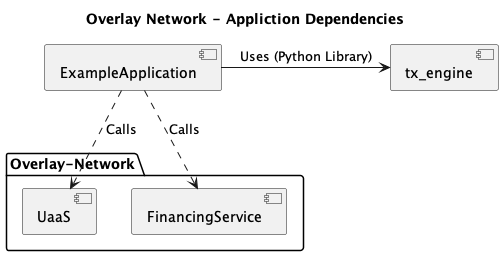
This is docs/diagrams/app-dependencies.png from nchain-innovation/overlay-network, a PlantUML export, as it was before one commit. Its diagram source:
```plantuml
@startuml
title Overlay Network - Appliction Dependencies


[tx_engine]


package Overlay-Network {
    [UaaS]
    [FinancingService]
}

[ExampleApplication]

ExampleApplication -right-> "tx_engine": Uses (Python Library)
ExampleApplication .down.> UaaS: Calls
ExampleApplication .down.> FinancingService: Calls
@enduml
```
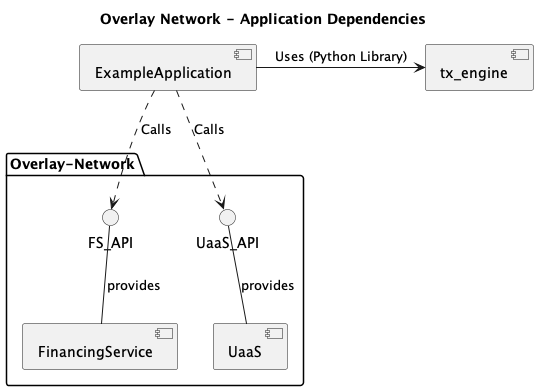
Above is the later version.

Diff of the diagram source:
```diff
@@ -1,5 +1,5 @@
 @startuml
-title Overlay Network - Appliction Dependencies
+title Overlay Network - Application Dependencies
 
 
 [tx_engine]
@@ -8,11 +8,15 @@
 package Overlay-Network {
     [UaaS]
     [FinancingService]
+    FS_API -down- [FinancingService] : provides
+    UaaS_API -down- [UaaS] : provides
+
+
 }
 
 [ExampleApplication]
 
 ExampleApplication -right-> "tx_engine": Uses (Python Library)
-ExampleApplication .down.> UaaS: Calls
-ExampleApplication .down.> FinancingService: Calls
+ExampleApplication .down.> UaaS_API: Calls
+ExampleApplication .down.> FS_API: Calls
 @enduml
```
